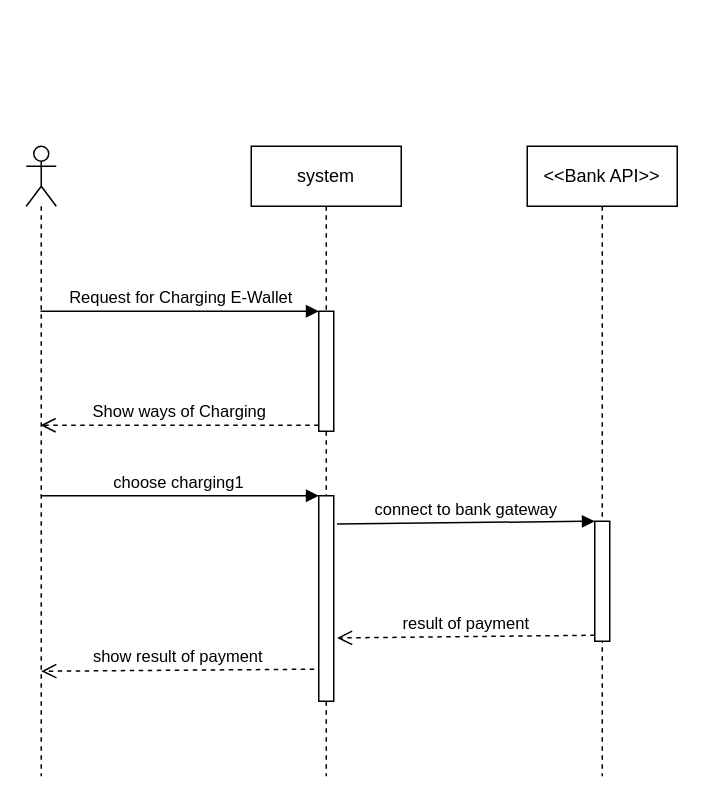
kargaranamir/Travelink keeps this draw.io diagram as Structural Modeling/SequenceDiagram/Seq-charge1-Ewallet.drawio. Above is the earlier version. Source tidied: cells renumbered, new cells numbered last; positions are measured from the earlier drawing's top-left corner, leaving out a move shared by most shapes. Both pictures are drawn from the tidied source at 150%, with x=0, y=0 at pixel (26, 146).
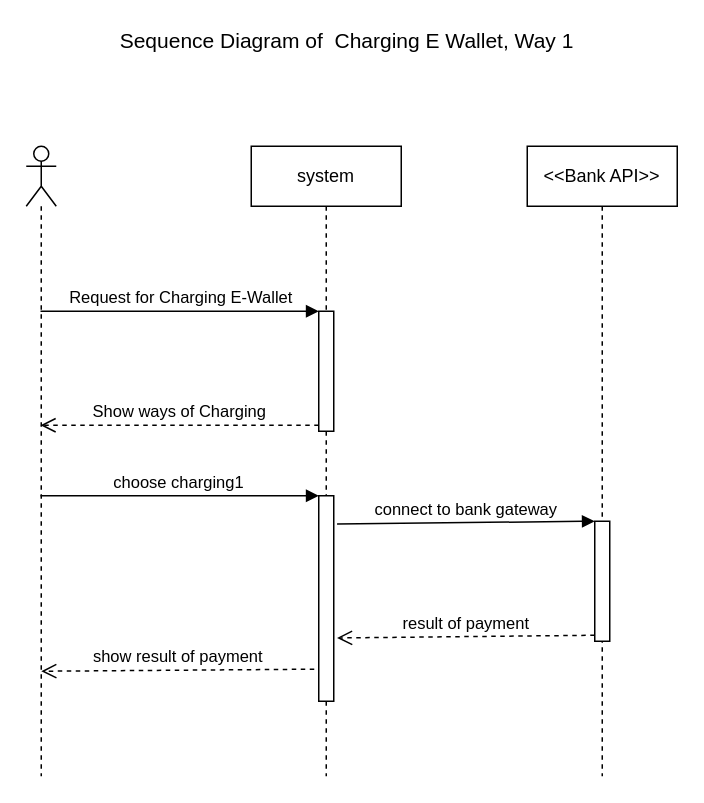
Above is the later version.

What changed in the source:
```diff
@@
 <mxGraphModel>
   <root>
     <mxCell id="0" />
     <mxCell id="1" parent="0" />
     <mxCell id="2" style="shape=umlLifeline;participant=umlActor;perimeter=lifelinePerimeter;whiteSpace=wrap;html=1;verticalAlign=top;spacingTop=36;labelBackgroundColor=#ffffff;outlineConnect=0;" parent="1" vertex="1">
       <mxGeometry width="20" height="420" as="geometry" />
     </mxCell>
     <mxCell id="3" value="system" style="shape=umlLifeline;perimeter=lifelinePerimeter;whiteSpace=wrap;html=1;" parent="1" vertex="1">
       <mxGeometry x="150" width="100" height="420" as="geometry" />
     </mxCell>
     <mxCell id="4" style="html=1;points=[];perimeter=orthogonalPerimeter;" parent="3" vertex="1">
       <mxGeometry x="45" y="110" width="10" height="80" as="geometry" />
     </mxCell>
     <mxCell id="5" style="html=1;points=[];perimeter=orthogonalPerimeter;" parent="3" vertex="1">
       <mxGeometry x="45" y="233" width="10" height="137" as="geometry" />
     </mxCell>
     <mxCell id="6" value="&amp;lt;&amp;lt;Bank API&amp;gt;&amp;gt;" style="shape=umlLifeline;perimeter=lifelinePerimeter;whiteSpace=wrap;html=1;" parent="1" vertex="1">
       <mxGeometry x="334" width="100" height="420" as="geometry" />
     </mxCell>
     <mxCell id="7" style="html=1;points=[];perimeter=orthogonalPerimeter;" parent="6" vertex="1">
       <mxGeometry x="45" y="250" width="10" height="80" as="geometry" />
     </mxCell>
     <mxCell id="8" value="Request for Charging E-Wallet" style="html=1;verticalAlign=bottom;endArrow=block;entryX=0;entryY=0;" parent="1" edge="1" source="2" target="4">
       <mxGeometry relative="1" as="geometry" />
     </mxCell>
     <mxCell id="9" value="Show ways of Charging" style="html=1;verticalAlign=bottom;endArrow=open;dashed=1;endSize=8;exitX=0;exitY=0.95;" parent="1" edge="1" source="4" target="2">
       <mxGeometry relative="1" as="geometry" />
     </mxCell>
     <mxCell id="10" value="choose charging1&amp;nbsp;" style="html=1;verticalAlign=bottom;endArrow=block;entryX=0;entryY=0;" parent="1" edge="1" source="2" target="5">
       <mxGeometry relative="1" as="geometry" />
     </mxCell>
     <mxCell id="11" value="connect to bank gateway" style="html=1;verticalAlign=bottom;endArrow=block;entryX=0;entryY=0;exitX=1.22;exitY=0.137;exitDx=0;exitDy=0;exitPerimeter=0;" parent="1" edge="1" source="5" target="7">
       <mxGeometry relative="1" as="geometry" />
     </mxCell>
     <mxCell id="12" value="result of payment" style="html=1;verticalAlign=bottom;endArrow=open;dashed=1;endSize=8;exitX=0;exitY=0.95;entryX=1.22;entryY=0.692;entryDx=0;entryDy=0;entryPerimeter=0;" parent="1" edge="1" source="7" target="5">
       <mxGeometry relative="1" as="geometry" />
     </mxCell>
     <mxCell id="13" value="show result of payment" style="html=1;verticalAlign=bottom;endArrow=open;dashed=1;endSize=8;exitX=-0.3;exitY=0.844;exitDx=0;exitDy=0;exitPerimeter=0;" parent="1" edge="1" source="5">
       <mxGeometry relative="1" as="geometry">
         <mxPoint x="10" y="350" as="targetPoint" />
       </mxGeometry>
     </mxCell>
+    <mxCell id="14" value="&lt;font style=&quot;font-size: 14px&quot;&gt;Sequence Diagram of &amp;nbsp;Charging E Wallet, Way 1&lt;/font&gt;" style="text;html=1;strokeColor=none;fillColor=none;align=center;verticalAlign=middle;whiteSpace=wrap;rounded=0;" parent="1" vertex="1">
+      <mxGeometry x="39" y="-80" width="350" height="20" as="geometry" />
+    </mxCell>
   </root>
 </mxGraphModel>
```
